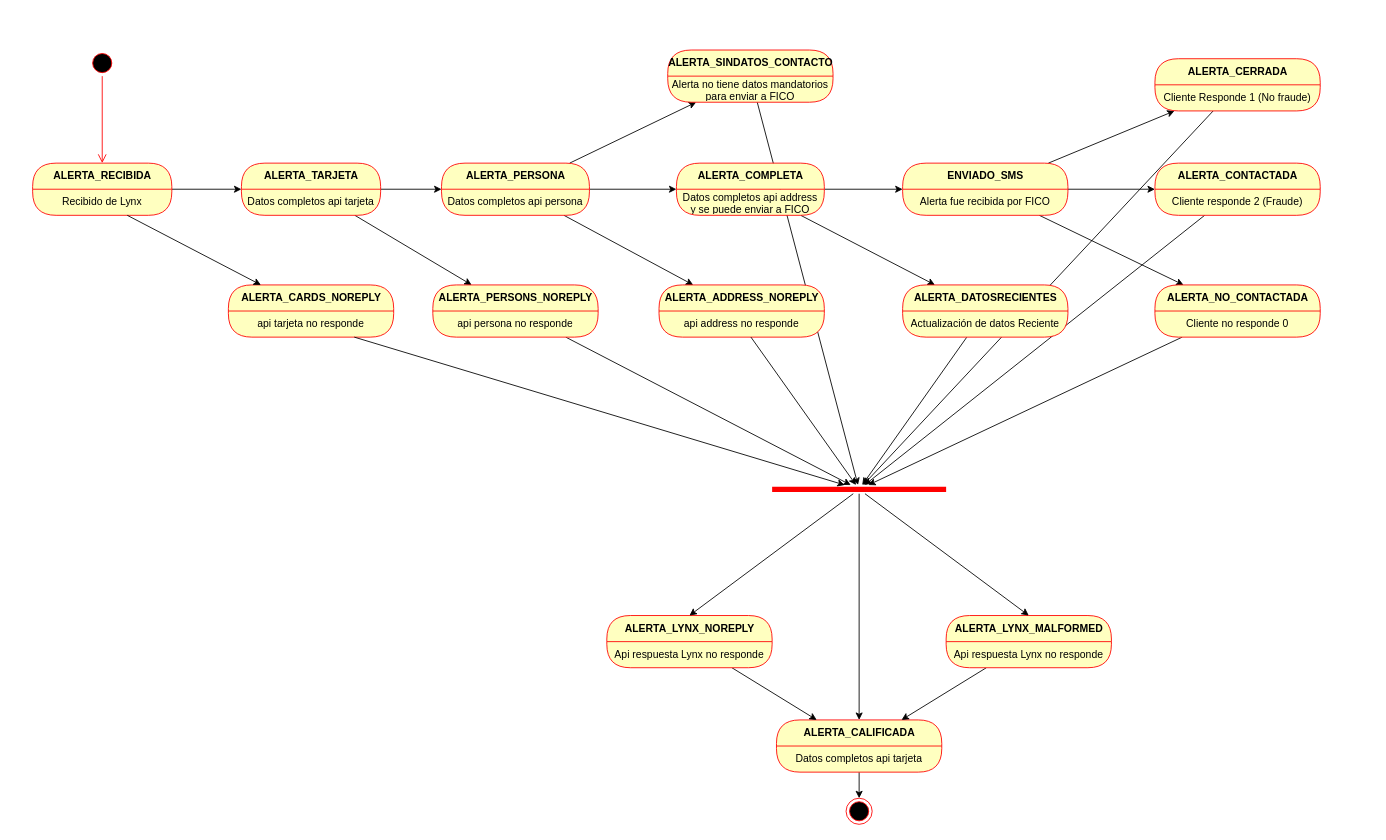
zolymo/diagrams keeps this draw.io diagram as EstadosLynx.drawio. Above is the earlier version. Source tidied: cells renumbered, new cells numbered last; positions are measured from the earlier drawing's top-left corner, leaving out a move shared by most shapes. Both pictures are drawn from the tidied source at 87%, with x=0, y=0 at pixel (32, 50).
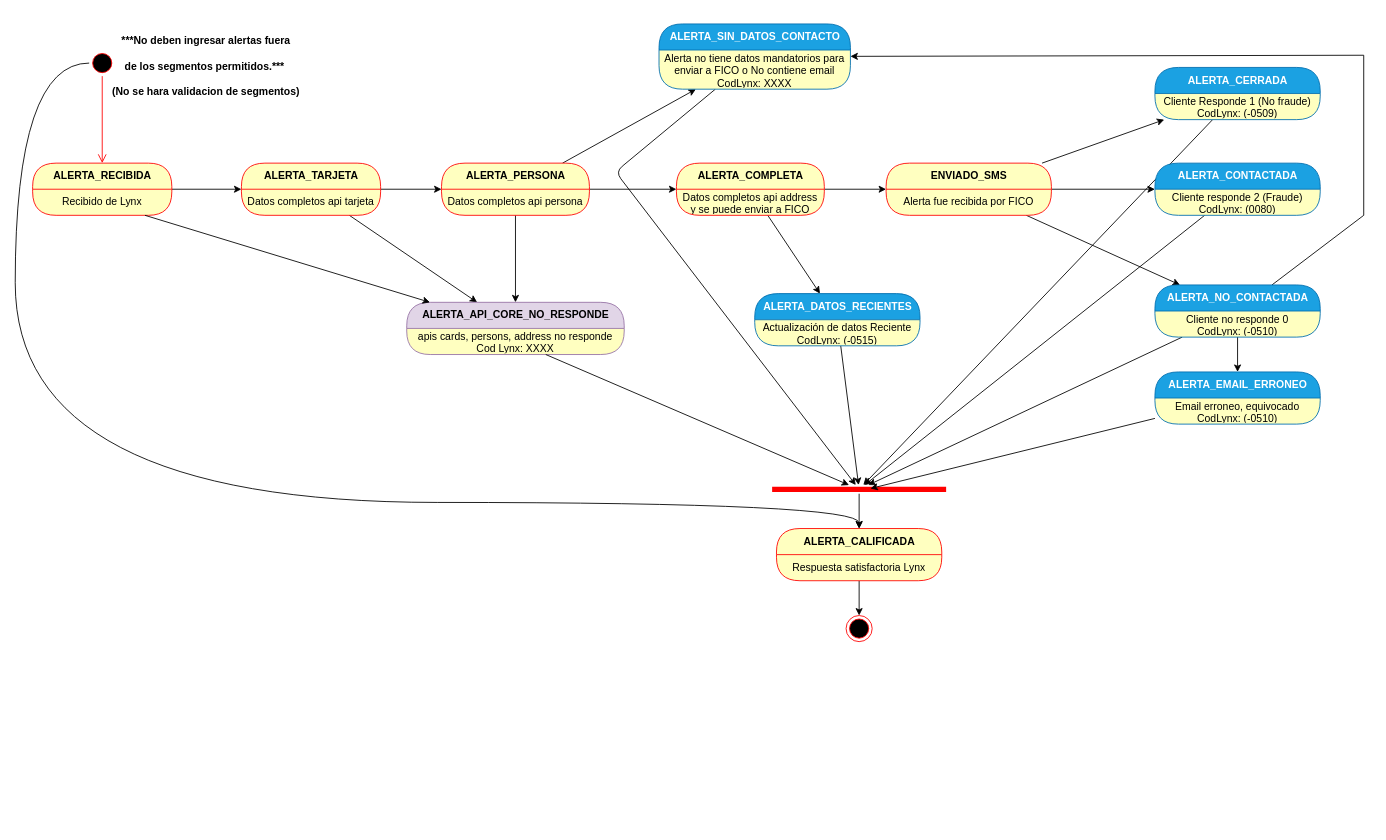
The same diagram, later.

Unchanged cells that the change refers to:
```xml
<mxCell id="7" value="Recibido de Lynx" style="text;html=1;strokeColor=none;fillColor=none;align=center;verticalAlign=middle;spacingLeft=4;spacingRight=4;whiteSpace=wrap;overflow=hidden;fontColor=#000000;" parent="6" vertex="1">
  <mxGeometry y="30" width="160" height="30" as="geometry" />
</mxCell>
<mxCell id="11" value="ALERTA_TARJETA" style="swimlane;html=1;fontStyle=1;align=center;verticalAlign=middle;horizontal=1;startSize=30;fontColor=#000000;rounded=1;arcSize=30;strokeColor=#ff0000;fillColor=#ffffc0;swimlaneFillColor=#ffffc0;" parent="1" vertex="1">
  <mxGeometry x="240" y="130" width="160" height="60" as="geometry" />
</mxCell>
<mxCell id="59" style="shape=line;html=1;strokeWidth=6;strokeColor=#ff0000;" parent="1" vertex="1">
  <mxGeometry x="850" y="500" width="200" height="10" as="geometry" />
</mxCell>
<mxCell id="63" style="ellipse;html=1;shape=startState;fillColor=#000000;strokeColor=#ff0000;" parent="1" vertex="1">
  <mxGeometry x="65" width="30" height="30" as="geometry" />
</mxCell>
```

Change to the diagram source:
```diff
@@
     <mxCell id="4" style="edgeStyle=none;rounded=1;jettySize=auto;html=1;" parent="1" edge="1" source="30" target="59">
-      <mxGeometry relative="1" as="geometry" />
+      <mxGeometry relative="1" as="geometry">
+        <Array as="points">
+          <mxPoint x="670" y="140" />
+        </Array>
+      </mxGeometry>
     </mxCell>
@@
-    <mxCell id="10" style="edgeStyle=none;rounded=0;jettySize=auto;html=1;" parent="1" edge="1" source="11" target="25">
+    <mxCell id="10" style="edgeStyle=none;rounded=0;jettySize=auto;html=1;" parent="1" edge="1" source="11" target="27">
       <mxGeometry relative="1" as="geometry" />
     </mxCell>
@@
-    <mxCell id="22" value="ALERTA_CARDS_NOREPLY" style="swimlane;html=1;fontStyle=1;align=center;verticalAlign=middle;horizontal=1;startSize=30;fontColor=#000000;rounded=1;arcSize=30;strokeColor=#ff0000;fillColor=#ffffc0;swimlaneFillColor=#ffffc0;" parent="1" vertex="1">
-      <mxGeometry x="225" y="270" width="190" height="60" as="geometry" />
-    </mxCell>
-    <mxCell id="23" value="api tarjeta no responde" style="text;html=1;strokeColor=none;fillColor=none;align=center;verticalAlign=middle;spacingLeft=4;spacingRight=4;whiteSpace=wrap;overflow=hidden;fontColor=#000000;" parent="22" vertex="1">
-      <mxGeometry y="30" width="190" height="30" as="geometry" />
-    </mxCell>
-    <mxCell id="24" style="edgeStyle=none;rounded=0;jettySize=auto;html=1;" parent="1" edge="1" source="25" target="59">
-      <mxGeometry relative="1" as="geometry" />
-    </mxCell>
-    <mxCell id="25" value="ALERTA_PERSONS_NOREPLY" style="swimlane;html=1;fontStyle=1;align=center;verticalAlign=middle;horizontal=1;startSize=30;fontColor=#000000;rounded=1;arcSize=30;strokeColor=#ff0000;fillColor=#ffffc0;swimlaneFillColor=#ffffc0;" parent="1" vertex="1">
-      <mxGeometry x="460" y="270" width="190" height="60" as="geometry" />
-    </mxCell>
-    <mxCell id="26" value="api&amp;nbsp;persona no responde" style="text;html=1;strokeColor=none;fillColor=none;align=center;verticalAlign=middle;spacingLeft=4;spacingRight=4;whiteSpace=wrap;overflow=hidden;fontColor=#000000;" parent="25" vertex="1">
-      <mxGeometry y="30" width="190" height="30" as="geometry" />
-    </mxCell>
-    <mxCell id="27" value="ALERTA_ADDRESS_NOREPLY" style="swimlane;html=1;fontStyle=1;align=center;verticalAlign=middle;horizontal=1;startSize=30;fontColor=#000000;rounded=1;arcSize=30;strokeColor=#ff0000;fillColor=#ffffc0;swimlaneFillColor=#ffffc0;" parent="1" vertex="1">
-      <mxGeometry x="720" y="270" width="190" height="60" as="geometry" />
+    <mxCell id="27" value="ALERTA_API_CORE_NO_RESPONDE" style="swimlane;html=1;fontStyle=1;align=center;verticalAlign=middle;horizontal=1;startSize=30;rounded=1;arcSize=30;strokeColor=#9673a6;fillColor=#e1d5e7;swimlaneFillColor=#ffffc0;" parent="1" vertex="1">
+      <mxGeometry x="430" y="290" width="250" height="60" as="geometry" />
     </mxCell>
-    <mxCell id="28" value="api address no responde" style="text;html=1;strokeColor=none;fillColor=none;align=center;verticalAlign=middle;spacingLeft=4;spacingRight=4;whiteSpace=wrap;overflow=hidden;fontColor=#000000;" parent="27" vertex="1">
-      <mxGeometry y="30" width="190" height="30" as="geometry" />
+    <mxCell id="28" value="apis cards, persons, address no responde&lt;br&gt;Cod Lynx: XXXX" style="text;html=1;strokeColor=none;fillColor=none;align=center;verticalAlign=middle;spacingLeft=4;spacingRight=4;whiteSpace=wrap;overflow=hidden;fontColor=#000000;" parent="27" vertex="1">
+      <mxGeometry y="30" width="250" height="30" as="geometry" />
     </mxCell>
-    <mxCell id="29" style="jettySize=auto;html=1;rounded=0;" parent="1" edge="1" source="7" target="22">
+    <mxCell id="29" style="jettySize=auto;html=1;rounded=0;" parent="1" edge="1" source="7" target="27">
       <mxGeometry relative="1" as="geometry" />
     </mxCell>
-    <mxCell id="30" value="ALERTA_SINDATOS_CONTACTO" style="swimlane;html=1;fontStyle=1;align=center;verticalAlign=middle;horizontal=1;startSize=30;fontColor=#000000;rounded=1;arcSize=30;strokeColor=#ff0000;fillColor=#ffffc0;swimlaneFillColor=#ffffc0;" parent="1" vertex="1">
-      <mxGeometry x="730" width="190" height="60" as="geometry" />
+    <mxCell id="30" value="ALERTA_SIN_DATOS_CONTACTO" style="swimlane;html=1;fontStyle=1;align=center;verticalAlign=middle;horizontal=1;startSize=30;fontColor=#ffffff;rounded=1;arcSize=30;strokeColor=#006EAF;fillColor=#1ba1e2;swimlaneFillColor=#ffffc0;" parent="1" vertex="1">
+      <mxGeometry x="720" y="-30" width="220" height="75" as="geometry" />
     </mxCell>
-    <mxCell id="31" value="Alerta no tiene datos mandatorios para enviar a FICO" style="text;html=1;strokeColor=none;fillColor=none;align=center;verticalAlign=middle;spacingLeft=4;spacingRight=4;whiteSpace=wrap;overflow=hidden;fontColor=#000000;" parent="30" vertex="1">
-      <mxGeometry y="30" width="190" height="30" as="geometry" />
+    <mxCell id="31" value="Alerta no tiene datos mandatorios para enviar a FICO o No contiene email&lt;br&gt;CodLynx: XXXX" style="text;html=1;strokeColor=none;fillColor=none;align=center;verticalAlign=middle;spacingLeft=4;spacingRight=4;whiteSpace=wrap;overflow=hidden;fontColor=#000000;" parent="30" vertex="1">
+      <mxGeometry y="30" width="220" height="45" as="geometry" />
     </mxCell>
@@
-    <mxCell id="33" value="ALERTA_DATOSRECIENTES" style="swimlane;html=1;fontStyle=1;align=center;verticalAlign=middle;horizontal=1;startSize=30;fontColor=#000000;rounded=1;arcSize=30;strokeColor=#ff0000;fillColor=#ffffc0;swimlaneFillColor=#ffffc0;" parent="1" vertex="1">
-      <mxGeometry x="1000" y="270" width="190" height="60" as="geometry" />
+    <mxCell id="33" value="ALERTA_DATOS_RECIENTES" style="swimlane;html=1;fontStyle=1;align=center;verticalAlign=middle;horizontal=1;startSize=30;fontColor=#ffffff;rounded=1;arcSize=30;strokeColor=#006EAF;fillColor=#1ba1e2;swimlaneFillColor=#ffffc0;" parent="1" vertex="1">
+      <mxGeometry x="830" y="280" width="190" height="60" as="geometry" />
     </mxCell>
-    <mxCell id="34" value="Actualización de datos Reciente" style="text;html=1;strokeColor=none;fillColor=none;align=center;verticalAlign=middle;spacingLeft=4;spacingRight=4;whiteSpace=wrap;overflow=hidden;fontColor=#000000;" parent="33" vertex="1">
+    <mxCell id="34" value="Actualización de datos Reciente&lt;br&gt;CodLynx: (-0515)" style="text;html=1;strokeColor=none;fillColor=none;align=center;verticalAlign=middle;spacingLeft=4;spacingRight=4;whiteSpace=wrap;overflow=hidden;fontColor=#000000;" parent="33" vertex="1">
       <mxGeometry y="30" width="190" height="30" as="geometry" />
     </mxCell>
@@
     <mxCell id="38" value="ENVIADO_SMS" style="swimlane;html=1;fontStyle=1;align=center;verticalAlign=middle;horizontal=1;startSize=30;fontColor=#000000;rounded=1;arcSize=30;strokeColor=#ff0000;fillColor=#ffffc0;swimlaneFillColor=#ffffc0;" parent="1" vertex="1">
-      <mxGeometry x="1000" y="130" width="190" height="60" as="geometry" />
+      <mxGeometry x="981" y="130" width="190" height="60" as="geometry" />
     </mxCell>
@@
-    <mxCell id="40" value="ALERTA_CERRADA" style="swimlane;html=1;fontStyle=1;align=center;verticalAlign=middle;horizontal=1;startSize=30;fontColor=#000000;rounded=1;arcSize=30;strokeColor=#ff0000;fillColor=#ffffc0;swimlaneFillColor=#ffffc0;" parent="1" vertex="1">
-      <mxGeometry x="1290" y="10" width="190" height="60" as="geometry" />
+    <mxCell id="40" value="ALERTA_CERRADA" style="swimlane;html=1;fontStyle=1;align=center;verticalAlign=middle;horizontal=1;startSize=30;fontColor=#ffffff;rounded=1;arcSize=30;strokeColor=#006EAF;fillColor=#1ba1e2;swimlaneFillColor=#ffffc0;" parent="1" vertex="1">
+      <mxGeometry x="1290" y="20" width="190" height="60" as="geometry" />
     </mxCell>
-    <mxCell id="41" value="Cliente Responde 1 (No fraude)" style="text;html=1;strokeColor=none;fillColor=none;align=center;verticalAlign=middle;spacingLeft=4;spacingRight=4;whiteSpace=wrap;overflow=hidden;fontColor=#000000;" parent="40" vertex="1">
+    <mxCell id="41" value="Cliente Responde 1 (No fraude)&lt;br&gt;CodLynx: (-0509)" style="text;html=1;strokeColor=none;fillColor=none;align=center;verticalAlign=middle;spacingLeft=4;spacingRight=4;whiteSpace=wrap;overflow=hidden;fontColor=#000000;" parent="40" vertex="1">
       <mxGeometry y="30" width="190" height="30" as="geometry" />
     </mxCell>
-    <mxCell id="42" value="ALERTA_CONTACTADA" style="swimlane;html=1;fontStyle=1;align=center;verticalAlign=middle;horizontal=1;startSize=30;fontColor=#000000;rounded=1;arcSize=30;strokeColor=#ff0000;fillColor=#ffffc0;swimlaneFillColor=#ffffc0;" parent="1" vertex="1">
+    <mxCell id="42" value="ALERTA_CONTACTADA" style="swimlane;html=1;fontStyle=1;align=center;verticalAlign=middle;horizontal=1;startSize=30;fontColor=#ffffff;rounded=1;arcSize=30;strokeColor=#006EAF;fillColor=#1ba1e2;swimlaneFillColor=#ffffc0;" parent="1" vertex="1">
       <mxGeometry x="1290" y="130" width="190" height="60" as="geometry" />
     </mxCell>
-    <mxCell id="43" value="Cliente responde 2 (Fraude)" style="text;html=1;strokeColor=none;fillColor=none;align=center;verticalAlign=middle;spacingLeft=4;spacingRight=4;whiteSpace=wrap;overflow=hidden;fontColor=#000000;" parent="42" vertex="1">
+    <mxCell id="43" value="Cliente responde 2 (Fraude)&lt;br&gt;CodLynx:&amp;nbsp;(0080)" style="text;html=1;strokeColor=none;fillColor=none;align=center;verticalAlign=middle;spacingLeft=4;spacingRight=4;whiteSpace=wrap;overflow=hidden;fontColor=#000000;" parent="42" vertex="1">
       <mxGeometry y="30" width="190" height="30" as="geometry" />
     </mxCell>
@@
+    <mxCell id="65" style="edgeStyle=none;rounded=0;jettySize=auto;html=1;" parent="1" edge="1" source="45" target="30">
+      <mxGeometry relative="1" as="geometry">
+        <Array as="points">
+          <mxPoint x="1530" y="190" />
+          <mxPoint x="1530" y="6" />
+        </Array>
+      </mxGeometry>
+    </mxCell>
+    <mxCell id="66" style="edgeStyle=none;rounded=0;jettySize=auto;html=1;" parent="1" edge="1" source="45" target="70">
+      <mxGeometry relative="1" as="geometry" />
+    </mxCell>
-    <mxCell id="45" value="ALERTA_NO_CONTACTADA" style="swimlane;html=1;fontStyle=1;align=center;verticalAlign=middle;horizontal=1;startSize=30;fontColor=#000000;rounded=1;arcSize=30;strokeColor=#ff0000;fillColor=#ffffc0;swimlaneFillColor=#ffffc0;" parent="1" vertex="1">
+    <mxCell id="45" value="ALERTA_NO_CONTACTADA" style="swimlane;html=1;fontStyle=1;align=center;verticalAlign=middle;horizontal=1;startSize=30;fontColor=#ffffff;rounded=1;arcSize=30;strokeColor=#006EAF;fillColor=#1ba1e2;swimlaneFillColor=#ffffc0;" parent="1" vertex="1">
       <mxGeometry x="1290" y="270" width="190" height="60" as="geometry" />
     </mxCell>
-    <mxCell id="46" value="Cliente no responde 0" style="text;html=1;strokeColor=none;fillColor=none;align=center;verticalAlign=middle;spacingLeft=4;spacingRight=4;whiteSpace=wrap;overflow=hidden;fontColor=#000000;" parent="45" vertex="1">
+    <mxCell id="46" value="Cliente no responde 0&lt;br&gt;CodLynx:&amp;nbsp;(-0510)" style="text;html=1;strokeColor=none;fillColor=none;align=center;verticalAlign=middle;spacingLeft=4;spacingRight=4;whiteSpace=wrap;overflow=hidden;fontColor=#000000;" parent="45" vertex="1">
       <mxGeometry y="30" width="190" height="30" as="geometry" />
     </mxCell>
@@
     <mxCell id="48" value="ALERTA_CALIFICADA" style="swimlane;html=1;fontStyle=1;align=center;verticalAlign=middle;horizontal=1;startSize=30;fontColor=#000000;rounded=1;arcSize=30;strokeColor=#ff0000;fillColor=#ffffc0;swimlaneFillColor=#ffffc0;" parent="1" vertex="1">
-      <mxGeometry x="855" y="770" width="190" height="60" as="geometry" />
+      <mxGeometry x="855" y="550" width="190" height="60" as="geometry" />
     </mxCell>
-    <mxCell id="49" value="Datos completos api&amp;nbsp;tarjeta" style="text;html=1;strokeColor=none;fillColor=none;align=center;verticalAlign=middle;spacingLeft=4;spacingRight=4;whiteSpace=wrap;overflow=hidden;fontColor=#000000;" parent="48" vertex="1">
+    <mxCell id="49" value="Respuesta satisfactoria Lynx" style="text;html=1;strokeColor=none;fillColor=none;align=center;verticalAlign=middle;spacingLeft=4;spacingRight=4;whiteSpace=wrap;overflow=hidden;fontColor=#000000;" parent="48" vertex="1">
       <mxGeometry y="30" width="190" height="30" as="geometry" />
     </mxCell>
-    <mxCell id="50" style="edgeStyle=none;rounded=1;jettySize=auto;html=1;" parent="1" edge="1" source="51" target="48">
-      <mxGeometry relative="1" as="geometry" />
-    </mxCell>
-    <mxCell id="51" value="ALERTA_LYNX_NOREPLY" style="swimlane;html=1;fontStyle=1;align=center;verticalAlign=middle;horizontal=1;startSize=30;fontColor=#000000;rounded=1;arcSize=30;strokeColor=#ff0000;fillColor=#ffffc0;swimlaneFillColor=#ffffc0;" parent="1" vertex="1">
-      <mxGeometry x="660" y="650" width="190" height="60" as="geometry" />
-    </mxCell>
-    <mxCell id="52" value="Api respuesta Lynx no responde" style="text;html=1;strokeColor=none;fillColor=none;align=center;verticalAlign=middle;spacingLeft=4;spacingRight=4;whiteSpace=wrap;overflow=hidden;fontColor=#000000;" parent="51" vertex="1">
-      <mxGeometry y="30" width="190" height="30" as="geometry" />
-    </mxCell>
-    <mxCell id="53" style="edgeStyle=none;rounded=1;jettySize=auto;html=1;" parent="1" edge="1" source="54" target="48">
-      <mxGeometry relative="1" as="geometry" />
-    </mxCell>
-    <mxCell id="54" value="ALERTA_LYNX_MALFORMED" style="swimlane;html=1;fontStyle=1;align=center;verticalAlign=middle;horizontal=1;startSize=30;fontColor=#000000;rounded=1;arcSize=30;strokeColor=#ff0000;fillColor=#ffffc0;swimlaneFillColor=#ffffc0;" parent="1" vertex="1">
-      <mxGeometry x="1050" y="650" width="190" height="60" as="geometry" />
-    </mxCell>
-    <mxCell id="55" value="Api respuesta Lynx no responde" style="text;html=1;strokeColor=none;fillColor=none;align=center;verticalAlign=middle;spacingLeft=4;spacingRight=4;whiteSpace=wrap;overflow=hidden;fontColor=#000000;" parent="54" vertex="1">
-      <mxGeometry y="30" width="190" height="30" as="geometry" />
-    </mxCell>
@@
-    <mxCell id="57" style="edgeStyle=none;rounded=0;jettySize=auto;html=1;entryX=0.5;entryY=0;entryDx=0;entryDy=0;" parent="1" edge="1" source="59" target="51">
-      <mxGeometry relative="1" as="geometry" />
-    </mxCell>
-    <mxCell id="58" style="edgeStyle=none;rounded=0;jettySize=auto;html=1;entryX=0.5;entryY=0;entryDx=0;entryDy=0;" parent="1" edge="1" source="59" target="54">
-      <mxGeometry relative="1" as="geometry" />
-    </mxCell>
@@
-    <mxCell id="60" style="edgeStyle=none;rounded=0;jettySize=auto;html=1;" parent="1" edge="1" source="23" target="59">
-      <mxGeometry relative="1" as="geometry" />
-    </mxCell>
@@
     <mxCell id="62" style="ellipse;html=1;shape=endState;fillColor=#000000;strokeColor=#ff0000;" parent="1" vertex="1">
-      <mxGeometry x="935" y="860" width="30" height="30" as="geometry" />
+      <mxGeometry x="935" y="650" width="30" height="30" as="geometry" />
     </mxCell>
+    <mxCell id="67" style="edgeStyle=orthogonalEdgeStyle;rounded=0;jettySize=auto;html=1;curved=1;" parent="1" edge="1" source="63" target="48">
+      <mxGeometry relative="1" as="geometry">
+        <Array as="points">
+          <mxPoint x="-20" y="15" />
+          <mxPoint x="-20" y="520" />
+          <mxPoint x="950" y="520" />
+        </Array>
+      </mxGeometry>
+    </mxCell>
@@
+    <mxCell id="68" value="&lt;font style=&quot;font-size: 12px&quot;&gt;***No deben ingresar alertas fuera&lt;br&gt;de los segmentos permitidos.***&amp;nbsp;&lt;br&gt;(No se hara validacion de segmentos)&lt;br&gt;&lt;/font&gt;" style="text;strokeColor=none;fillColor=none;html=1;fontSize=24;fontStyle=1;verticalAlign=middle;align=center;" parent="1" vertex="1">
+      <mxGeometry x="54" y="-40" width="290" height="110" as="geometry" />
+    </mxCell>
+    <mxCell id="69" style="edgeStyle=none;rounded=0;jettySize=auto;html=1;entryX=0.565;entryY=0.4;entryDx=0;entryDy=0;entryPerimeter=0;" parent="1" edge="1" source="70" target="59">
+      <mxGeometry relative="1" as="geometry" />
+    </mxCell>
+    <mxCell id="70" value="ALERTA_EMAIL_ERRONEO" style="swimlane;html=1;fontStyle=1;align=center;verticalAlign=middle;horizontal=1;startSize=30;rounded=1;arcSize=30;strokeColor=#006EAF;fillColor=#1ba1e2;swimlaneFillColor=#ffffc0;fontColor=#ffffff;" parent="1" vertex="1">
+      <mxGeometry x="1290" y="370" width="190" height="60" as="geometry" />
+    </mxCell>
+    <mxCell id="71" value="Email erroneo, equivocado&lt;br&gt;CodLynx:&amp;nbsp;(-0510)" style="text;html=1;strokeColor=none;fillColor=none;align=center;verticalAlign=middle;spacingLeft=4;spacingRight=4;whiteSpace=wrap;overflow=hidden;fontColor=#000000;" parent="70" vertex="1">
+      <mxGeometry y="30" width="190" height="30" as="geometry" />
+    </mxCell>
```
